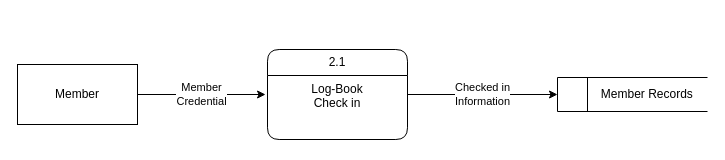
Earlier version of the draw.io diagram page "Level 2 (Attendance)" (3 of 11) of Untitled Diagram.drawio (FacundoBnts/app-dev). Source tidied: cells renumbered, new cells numbered last; positions are measured from the earlier drawing's top-left corner, leaving out a move shared by most shapes. Both pictures are drawn from the tidied source at 100%, with x=0, y=0 at pixel (17, 49).
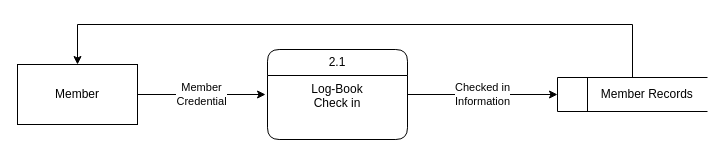
The same page after the edit.

Change to the diagram source:
```diff
@@
 <mxGraphModel>
   <root>
     <mxCell id="0" />
     <mxCell id="1" parent="0" />
+    <mxCell id="8" style="edgeStyle=orthogonalEdgeStyle;rounded=0;jettySize=auto;html=1;entryX=0.5;entryY=0;entryDx=0;entryDy=0;" parent="1" edge="1" source="2" target="6">
+      <mxGeometry relative="1" as="geometry">
+        <Array as="points">
+          <mxPoint x="615" y="-25" />
+          <mxPoint x="60" y="-25" />
+        </Array>
+      </mxGeometry>
+    </mxCell>
     <mxCell id="2" value="&lt;span style=&quot;white-space: pre;&quot;&gt;&#9;&lt;/span&gt;Member Records" style="html=1;dashed=0;whiteSpace=wrap;shape=mxgraph.dfd.dataStoreID;align=center;spacingLeft=3;points=[[0,0],[0.5,0],[1,0],[0,0.5],[1,0.5],[0,1],[0.5,1],[1,1]];" parent="1" vertex="1">
       <mxGeometry x="540" y="28" width="150" height="34" as="geometry" />
     </mxCell>
     <mxCell id="3" value="&lt;div&gt;Checked in&lt;/div&gt;&lt;div&gt;Information&lt;br&gt;&lt;/div&gt;" style="edgeStyle=orthogonalEdgeStyle;rounded=0;jettySize=auto;html=1;entryX=0;entryY=0.5;entryDx=0;entryDy=0;" parent="1" edge="1" source="4" target="2">
       <mxGeometry relative="1" as="geometry" />
     </mxCell>
     <mxCell id="4" value="2.1" style="swimlane;fontStyle=0;horizontal=1;startSize=26;fillColor=none;whiteSpace=wrap;html=1;rounded=1;" parent="1" vertex="1">
       <mxGeometry x="250" width="140" height="90" as="geometry" />
     </mxCell>
     <mxCell id="5" value="&lt;div&gt;Log-Book&lt;/div&gt;&lt;div&gt;Check in&lt;br&gt;&lt;/div&gt;" style="text;strokeColor=none;fillColor=none;align=center;verticalAlign=top;spacingLeft=4;spacingRight=4;overflow=hidden;points=[[0,0.5],[1,0.5]];portConstraint=eastwest;whiteSpace=wrap;html=1;" parent="4" vertex="1">
       <mxGeometry y="26" width="140" height="64" as="geometry" />
     </mxCell>
     <mxCell id="6" value="Member " style="rounded=0;whiteSpace=wrap;html=1;" parent="1" vertex="1">
       <mxGeometry y="15" width="120" height="60" as="geometry" />
     </mxCell>
     <mxCell id="7" value="&lt;div&gt;Member &lt;br&gt;&lt;/div&gt;&lt;div&gt;Credential&lt;br&gt;&lt;/div&gt;" style="edgeStyle=orthogonalEdgeStyle;rounded=0;jettySize=auto;html=1;entryX=-0.014;entryY=0.297;entryDx=0;entryDy=0;entryPerimeter=0;" parent="1" edge="1" source="6" target="5">
       <mxGeometry relative="1" as="geometry" />
     </mxCell>
   </root>
 </mxGraphModel>
```
